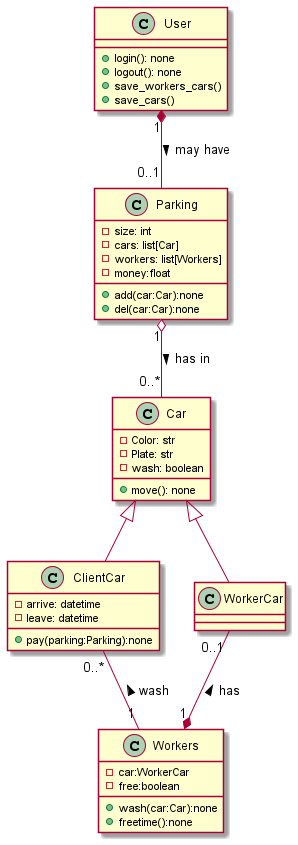
The PlantUML diagram Parking.png in Adlorduy/ParkingSystem, before a commit. Its diagram source:
```plantuml
@startuml Parking

class Car{
    - Color: str
    - Plate: str
    - wash: boolean
    + move(): none
}

class ClientCar{
    - arrive: datetime
    - leave: datetime
    + pay(parking:Parking):none
}

class WorkerCar

class Parking{
    - size: int
    - cars: list[Car]
    - workers: list[Workers]
    - money:float

    + add(car:Car):none
    + del(car:Car):none
}

class User{
    + login(): none
    + logout(): none
    + save_workers_cars()
    + save_cars()
}

class Workers{
    - car:WorkerCar
    - free:boolean
    + wash(car:Car):none
    + freetime():none
}

User "1" *-- "0..1" Parking: may have >
Parking "1" o-- "0..*" Car: has in >
Car <|-- ClientCar
Car <|-- WorkerCar
WorkerCar "0..1" --* "1"Workers: < has
ClientCar"0..*" -- "1"Workers: < wash

@enduml
```
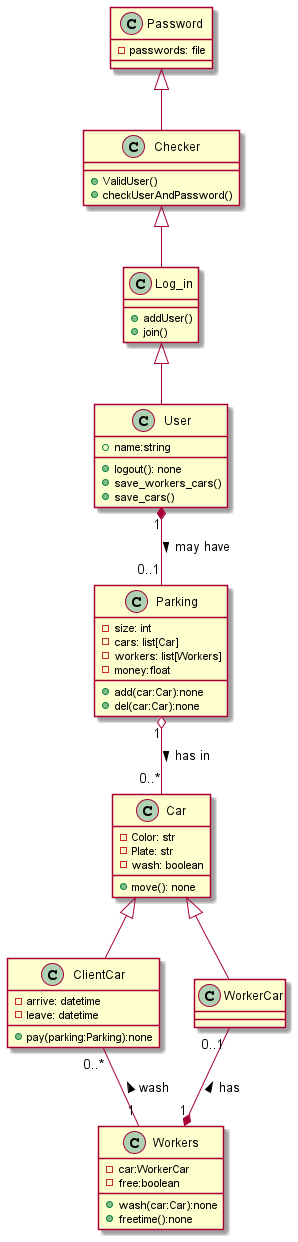
After the commit.

Diff of the diagram source:
```diff
@@ -26,7 +26,7 @@
 }
 
 class User{
-    + login(): none
+    + name:string
     + logout(): none
     + save_workers_cars()
     + save_cars()
@@ -39,6 +39,25 @@
     + freetime():none
 }
 
+class Log_in{
+    +addUser()
+    +join()
+}
+
+class Password{
+    - passwords: file
+}
+
+class Checker{
+    +ValidUser()
+    +checkUserAndPassword()
+}
+
+
+
+Password <|-- Checker
+Checker <|-- Log_in
+Log_in <|-- User
 User "1" *-- "0..1" Parking: may have >
 Parking "1" o-- "0..*" Car: has in >
 Car <|-- ClientCar
```
